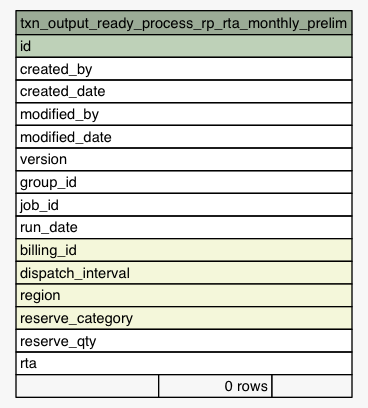
Before: Data/settlement/diagrams/summary/txn_output_ready_process_rp_rta_monthly_prelim.1degree.png, a diagram exported from Graphviz (eyana-m/python-data-dictionary-writer). Its source is kept beside it as Data/settlement/diagrams/summary/txn_output_ready_process_rp_rta_monthly_prelim.1degree.dot. Its diagram source:
```dot
digraph "txn_output_ready_process_rp_rta_monthly_prelim" {
  graph [
    rankdir="RL"
    bgcolor="#f7f7f7"
    nodesep="0.18"
    ranksep="0.46"
    fontname="Helvetica"
    fontsize="11"
  ];
  node [
    fontname="Helvetica"
    fontsize="11"
    shape="plaintext"
  ];
  edge [
    arrowsize="0.8"
  ];
  "txn_output_ready_process_rp_rta_monthly_prelim" [
    label=<
    <TABLE BORDER="0" CELLBORDER="1" CELLSPACING="0" BGCOLOR="#ffffff">
      <TR><TD COLSPAN="3" BGCOLOR="#9bab96" ALIGN="CENTER">txn_output_ready_process_rp_rta_monthly_prelim</TD></TR>
      <TR><TD PORT="id" COLSPAN="3" BGCOLOR="#bed1b8" ALIGN="LEFT">id</TD></TR>
      <TR><TD PORT="created_by" COLSPAN="3" ALIGN="LEFT">created_by</TD></TR>
      <TR><TD PORT="created_date" COLSPAN="3" ALIGN="LEFT">created_date</TD></TR>
      <TR><TD PORT="modified_by" COLSPAN="3" ALIGN="LEFT">modified_by</TD></TR>
      <TR><TD PORT="modified_date" COLSPAN="3" ALIGN="LEFT">modified_date</TD></TR>
      <TR><TD PORT="version" COLSPAN="3" ALIGN="LEFT">version</TD></TR>
      <TR><TD PORT="group_id" COLSPAN="3" ALIGN="LEFT">group_id</TD></TR>
      <TR><TD PORT="job_id" COLSPAN="3" ALIGN="LEFT">job_id</TD></TR>
      <TR><TD PORT="run_date" COLSPAN="3" ALIGN="LEFT">run_date</TD></TR>
      <TR><TD PORT="billing_id" COLSPAN="3" BGCOLOR="#f4f7da" ALIGN="LEFT">billing_id</TD></TR>
      <TR><TD PORT="dispatch_interval" COLSPAN="3" BGCOLOR="#f4f7da" ALIGN="LEFT">dispatch_interval</TD></TR>
      <TR><TD PORT="region" COLSPAN="3" BGCOLOR="#f4f7da" ALIGN="LEFT">region</TD></TR>
      <TR><TD PORT="reserve_category" COLSPAN="3" BGCOLOR="#f4f7da" ALIGN="LEFT">reserve_category</TD></TR>
      <TR><TD PORT="reserve_qty" COLSPAN="3" ALIGN="LEFT">reserve_qty</TD></TR>
      <TR><TD PORT="rta" COLSPAN="3" ALIGN="LEFT">rta</TD></TR>
      <TR><TD ALIGN="LEFT" BGCOLOR="#f7f7f7">  </TD><TD ALIGN="RIGHT" BGCOLOR="#f7f7f7">0 rows</TD><TD ALIGN="RIGHT" BGCOLOR="#f7f7f7">  </TD></TR>
    </TABLE>>
    URL="tables/txn_output_ready_process_rp_rta_monthly_prelim.html"
    tooltip="txn_output_ready_process_rp_rta_monthly_prelim"
  ];
}
```
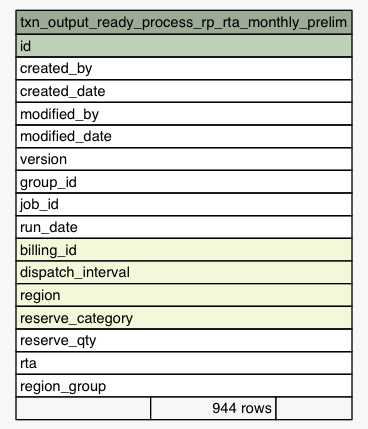
After the commit.

What changed in the source:
```diff
@@ -34,7 +34,8 @@
       <TR><TD PORT="reserve_category" COLSPAN="3" BGCOLOR="#f4f7da" ALIGN="LEFT">reserve_category</TD></TR>
       <TR><TD PORT="reserve_qty" COLSPAN="3" ALIGN="LEFT">reserve_qty</TD></TR>
       <TR><TD PORT="rta" COLSPAN="3" ALIGN="LEFT">rta</TD></TR>
-      <TR><TD ALIGN="LEFT" BGCOLOR="#f7f7f7">  </TD><TD ALIGN="RIGHT" BGCOLOR="#f7f7f7">0 rows</TD><TD ALIGN="RIGHT" BGCOLOR="#f7f7f7">  </TD></TR>
+      <TR><TD PORT="region_group" COLSPAN="3" ALIGN="LEFT">region_group</TD></TR>
+      <TR><TD ALIGN="LEFT" BGCOLOR="#f7f7f7">  </TD><TD ALIGN="RIGHT" BGCOLOR="#f7f7f7">944 rows</TD><TD ALIGN="RIGHT" BGCOLOR="#f7f7f7">  </TD></TR>
     </TABLE>>
     URL="tables/txn_output_ready_process_rp_rta_monthly_prelim.html"
     tooltip="txn_output_ready_process_rp_rta_monthly_prelim"
```
